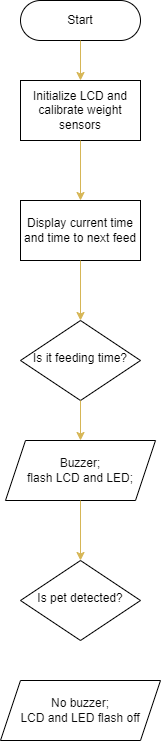
Above: Photos/flowchart.png in Bernitarist/AUTOMATIC-FOOD-DISPENSER-FOR-PETS (draw.io), before the change. Source tidied: cells renumbered, new cells last; positions are measured from the earlier drawing's top-left corner, leaving out a move shared by most shapes.
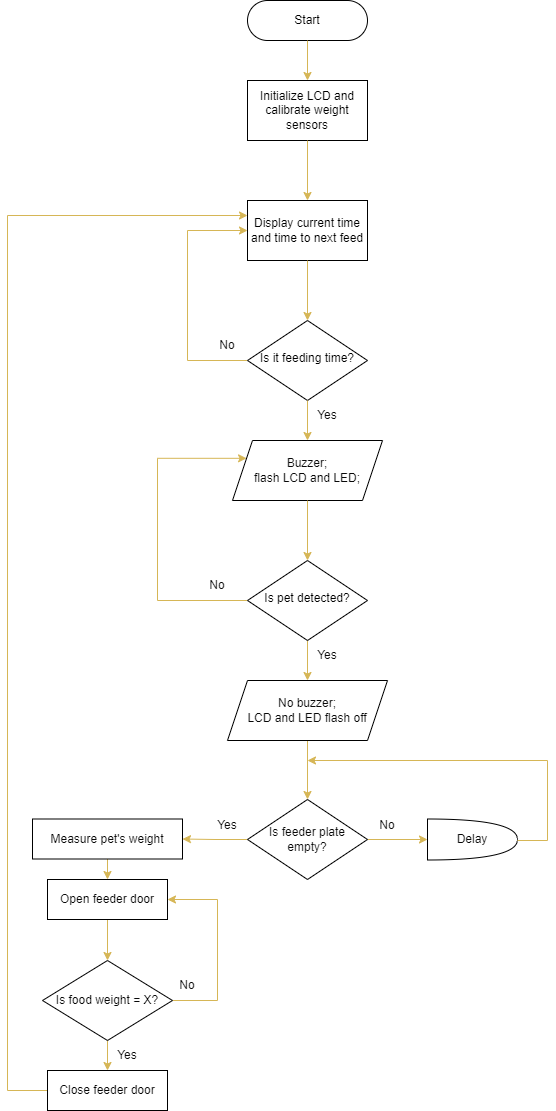
After the change.

The edit, as a diff of the source:
```diff
@@ -2,6 +2,17 @@
   <root>
     <mxCell id="0" />
     <mxCell id="1" parent="0" />
+    <mxCell id="14" style="edgeStyle=orthogonalEdgeStyle;rounded=0;jettySize=auto;html=1;exitX=0.5;exitY=1;exitDx=0;exitDy=0;entryX=0.5;entryY=0;entryDx=0;entryDy=0;fontColor=#080808;fillColor=#fff2cc;gradientColor=#ffd966;strokeColor=#d6b656;" parent="1" edge="1" source="2" target="13">
+      <mxGeometry relative="1" as="geometry" />
+    </mxCell>
+    <mxCell id="15" style="edgeStyle=orthogonalEdgeStyle;rounded=0;jettySize=auto;html=1;exitX=0;exitY=0.5;exitDx=0;exitDy=0;entryX=0;entryY=0.25;entryDx=0;entryDy=0;fontColor=#080808;fillColor=#fff2cc;gradientColor=#ffd966;strokeColor=#d6b656;" parent="1" edge="1" source="2" target="10">
+      <mxGeometry relative="1" as="geometry">
+        <Array as="points">
+          <mxPoint x="-70" y="600" />
+          <mxPoint x="-70" y="458" />
+        </Array>
+      </mxGeometry>
+    </mxCell>
     <mxCell id="2" value="Is pet detected?" style="rhombus;whiteSpace=wrap;html=1;shadow=0;fontFamily=Helvetica;fontSize=12;align=center;strokeWidth=1;spacing=6;spacingTop=-4;" parent="1" vertex="1">
       <mxGeometry x="20" y="560" width="120" height="80" as="geometry" />
     </mxCell>
@@ -11,6 +22,14 @@
     <mxCell id="4" value="Start" style="rounded=1;whiteSpace=wrap;html=1;arcSize=50;" parent="1" vertex="1">
       <mxGeometry x="20" width="120" height="40" as="geometry" />
     </mxCell>
+    <mxCell id="16" style="edgeStyle=orthogonalEdgeStyle;rounded=0;jettySize=auto;html=1;exitX=0;exitY=0.5;exitDx=0;exitDy=0;entryX=0;entryY=0.5;entryDx=0;entryDy=0;fontColor=#080808;fillColor=#fff2cc;gradientColor=#ffd966;strokeColor=#d6b656;" parent="1" edge="1" source="5" target="6">
+      <mxGeometry relative="1" as="geometry">
+        <Array as="points">
+          <mxPoint x="-40" y="360" />
+          <mxPoint x="-40" y="230" />
+        </Array>
+      </mxGeometry>
+    </mxCell>
     <mxCell id="5" value="Is it feeding time?" style="rhombus;whiteSpace=wrap;html=1;shadow=0;fontFamily=Helvetica;fontSize=12;align=center;strokeWidth=1;spacing=6;spacingTop=-4;" parent="1" vertex="1">
       <mxGeometry x="20" y="320" width="120" height="80" as="geometry" />
     </mxCell>
@@ -37,8 +56,102 @@
         <mxPoint x="80" y="560" as="targetPoint" />
       </mxGeometry>
     </mxCell>
+    <mxCell id="17" style="edgeStyle=orthogonalEdgeStyle;rounded=0;jettySize=auto;html=1;exitX=0.5;exitY=1;exitDx=0;exitDy=0;entryX=0.5;entryY=0;entryDx=0;entryDy=0;fontColor=#080808;fillColor=#fff2cc;gradientColor=#ffd966;strokeColor=#d6b656;" parent="1" edge="1" source="13" target="20">
+      <mxGeometry relative="1" as="geometry" />
+    </mxCell>
     <mxCell id="13" value="No buzzer;&lt;br&gt;LCD and LED flash off" style="shape=parallelogram;perimeter=parallelogramPerimeter;whiteSpace=wrap;html=1;fixedSize=1;fontColor=#080808;" parent="1" vertex="1">
       <mxGeometry y="680" width="160" height="60" as="geometry" />
     </mxCell>
+    <mxCell id="18" style="edgeStyle=orthogonalEdgeStyle;rounded=0;jettySize=auto;html=1;exitX=0;exitY=0.5;exitDx=0;exitDy=0;entryX=1;entryY=0.5;entryDx=0;entryDy=0;fontColor=#080808;fillColor=#fff2cc;gradientColor=#ffd966;strokeColor=#d6b656;" parent="1" edge="1" source="20" target="23">
+      <mxGeometry relative="1" as="geometry" />
+    </mxCell>
+    <mxCell id="19" style="edgeStyle=orthogonalEdgeStyle;rounded=0;jettySize=auto;html=1;exitX=1;exitY=0.5;exitDx=0;exitDy=0;entryX=0;entryY=0.5;entryDx=0;entryDy=0;entryPerimeter=0;fontColor=#080808;fillColor=#fff2cc;gradientColor=#ffd966;strokeColor=#d6b656;" parent="1" edge="1" source="20" target="21">
+      <mxGeometry relative="1" as="geometry" />
+    </mxCell>
+    <mxCell id="20" value="Is feeder plate empty?" style="rhombus;whiteSpace=wrap;html=1;fontColor=#080808;" parent="1" vertex="1">
+      <mxGeometry x="20" y="799" width="120" height="80" as="geometry" />
+    </mxCell>
+    <mxCell id="21" value="Delay" style="shape=or;whiteSpace=wrap;html=1;fontColor=#080808;" parent="1" vertex="1">
+      <mxGeometry x="200" y="818.5" width="90" height="41" as="geometry" />
+    </mxCell>
+    <mxCell id="22" style="edgeStyle=orthogonalEdgeStyle;rounded=0;jettySize=auto;html=1;exitX=0.5;exitY=1;exitDx=0;exitDy=0;entryX=0.5;entryY=0;entryDx=0;entryDy=0;fontColor=#080808;fillColor=#fff2cc;gradientColor=#ffd966;strokeColor=#d6b656;" parent="1" edge="1" source="23" target="25">
+      <mxGeometry relative="1" as="geometry" />
+    </mxCell>
+    <mxCell id="23" value="Measure pet's weight" style="rounded=0;whiteSpace=wrap;html=1;fontColor=#080808;" parent="1" vertex="1">
+      <mxGeometry x="-195" y="818.5" width="150" height="40" as="geometry" />
+    </mxCell>
+    <mxCell id="24" style="edgeStyle=orthogonalEdgeStyle;rounded=0;jettySize=auto;html=1;exitX=0.5;exitY=1;exitDx=0;exitDy=0;entryX=0.5;entryY=0;entryDx=0;entryDy=0;fontColor=#080808;fillColor=#fff2cc;gradientColor=#ffd966;strokeColor=#d6b656;" parent="1" edge="1" source="25" target="28">
+      <mxGeometry relative="1" as="geometry" />
+    </mxCell>
+    <mxCell id="25" value="Open feeder door" style="rounded=0;whiteSpace=wrap;html=1;fontColor=#080808;" parent="1" vertex="1">
+      <mxGeometry x="-180" y="879" width="120" height="40" as="geometry" />
+    </mxCell>
+    <mxCell id="26" style="edgeStyle=orthogonalEdgeStyle;rounded=0;jettySize=auto;html=1;exitX=0.5;exitY=1;exitDx=0;exitDy=0;fontColor=#080808;fillColor=#fff2cc;gradientColor=#ffd966;strokeColor=#d6b656;" parent="1" edge="1" source="28" target="30">
+      <mxGeometry relative="1" as="geometry" />
+    </mxCell>
+    <mxCell id="27" style="edgeStyle=orthogonalEdgeStyle;rounded=0;jettySize=auto;html=1;exitX=1;exitY=0.5;exitDx=0;exitDy=0;entryX=1;entryY=0.5;entryDx=0;entryDy=0;fontColor=#080808;fillColor=#fff2cc;gradientColor=#ffd966;strokeColor=#d6b656;" parent="1" edge="1" source="28" target="25">
+      <mxGeometry relative="1" as="geometry">
+        <Array as="points">
+          <mxPoint x="-10" y="1000" />
+          <mxPoint x="-10" y="899" />
+        </Array>
+      </mxGeometry>
+    </mxCell>
+    <mxCell id="28" value="Is food weight = X?" style="rhombus;whiteSpace=wrap;html=1;fontColor=#080808;" parent="1" vertex="1">
+      <mxGeometry x="-185" y="960" width="130" height="80" as="geometry" />
+    </mxCell>
+    <mxCell id="29" style="edgeStyle=orthogonalEdgeStyle;rounded=0;jettySize=auto;html=1;exitX=0;exitY=0.5;exitDx=0;exitDy=0;entryX=0;entryY=0.25;entryDx=0;entryDy=0;fontColor=#080808;fillColor=#fff2cc;gradientColor=#ffd966;strokeColor=#d6b656;" parent="1" edge="1" source="30" target="6">
+      <mxGeometry relative="1" as="geometry">
+        <Array as="points">
+          <mxPoint x="-220" y="1090" />
+          <mxPoint x="-220" y="215" />
+        </Array>
+      </mxGeometry>
+    </mxCell>
+    <mxCell id="30" value="Close feeder door" style="rounded=0;whiteSpace=wrap;html=1;fontColor=#080808;" parent="1" vertex="1">
+      <mxGeometry x="-180" y="1070" width="120" height="40" as="geometry" />
+    </mxCell>
+    <mxCell id="31" style="endArrow=classic;html=1;rounded=0;fontColor=#080808;fillColor=#fff2cc;gradientColor=#ffd966;strokeColor=#d6b656;" parent="1" edge="1">
+      <mxGeometry relative="1" as="geometry">
+        <mxPoint x="320" y="760" as="sourcePoint" />
+        <mxPoint x="80" y="760" as="targetPoint" />
+      </mxGeometry>
+    </mxCell>
+    <mxCell id="32" style="endArrow=none;html=1;rounded=0;fontColor=#080808;fillColor=#fff2cc;gradientColor=#ffd966;strokeColor=#d6b656;" parent="1" edge="1">
+      <mxGeometry relative="1" as="geometry">
+        <mxPoint x="320" y="840" as="sourcePoint" />
+        <mxPoint x="320" y="760" as="targetPoint" />
+      </mxGeometry>
+    </mxCell>
+    <mxCell id="33" style="endArrow=none;html=1;rounded=0;fontColor=#080808;fillColor=#fff2cc;gradientColor=#ffd966;strokeColor=#d6b656;" parent="1" edge="1">
+      <mxGeometry relative="1" as="geometry">
+        <mxPoint x="290" y="840" as="sourcePoint" />
+        <mxPoint x="320" y="840" as="targetPoint" />
+      </mxGeometry>
+    </mxCell>
+    <mxCell id="34" value="Yes" style="text;html=1;strokeColor=none;fillColor=none;align=center;verticalAlign=middle;whiteSpace=wrap;rounded=0;fontColor=#080808;" parent="1" vertex="1">
+      <mxGeometry x="70" y="400" width="60" height="30" as="geometry" />
+    </mxCell>
+    <mxCell id="35" value="No" style="text;html=1;strokeColor=none;fillColor=none;align=center;verticalAlign=middle;whiteSpace=wrap;rounded=0;fontColor=#080808;" parent="1" vertex="1">
+      <mxGeometry x="-30" y="330" width="60" height="30" as="geometry" />
+    </mxCell>
+    <mxCell id="36" value="Yes" style="text;html=1;strokeColor=none;fillColor=none;align=center;verticalAlign=middle;whiteSpace=wrap;rounded=0;fontColor=#080808;" parent="1" vertex="1">
+      <mxGeometry x="70" y="640" width="60" height="30" as="geometry" />
+    </mxCell>
+    <mxCell id="37" value="No" style="text;html=1;strokeColor=none;fillColor=none;align=center;verticalAlign=middle;whiteSpace=wrap;rounded=0;fontColor=#080808;" parent="1" vertex="1">
+      <mxGeometry x="-40" y="570" width="60" height="30" as="geometry" />
+    </mxCell>
+    <mxCell id="38" value="No" style="text;html=1;strokeColor=none;fillColor=none;align=center;verticalAlign=middle;whiteSpace=wrap;rounded=0;fontColor=#080808;" parent="1" vertex="1">
+      <mxGeometry x="130" y="810" width="60" height="30" as="geometry" />
+    </mxCell>
+    <mxCell id="39" value="Yes" style="text;html=1;strokeColor=none;fillColor=none;align=center;verticalAlign=middle;whiteSpace=wrap;rounded=0;fontColor=#080808;" parent="1" vertex="1">
+      <mxGeometry x="-30" y="810" width="60" height="30" as="geometry" />
+    </mxCell>
+    <mxCell id="40" value="No" style="text;html=1;strokeColor=none;fillColor=none;align=center;verticalAlign=middle;whiteSpace=wrap;rounded=0;fontColor=#080808;" parent="1" vertex="1">
+      <mxGeometry x="-70" y="970" width="60" height="30" as="geometry" />
+    </mxCell>
+    <mxCell id="41" value="Yes" style="text;html=1;strokeColor=none;fillColor=none;align=center;verticalAlign=middle;whiteSpace=wrap;rounded=0;fontColor=#080808;" parent="1" vertex="1">
+      <mxGeometry x="-130" y="1040" width="60" height="30" as="geometry" />
+    </mxCell>
   </root>
 </mxGraphModel>
```
